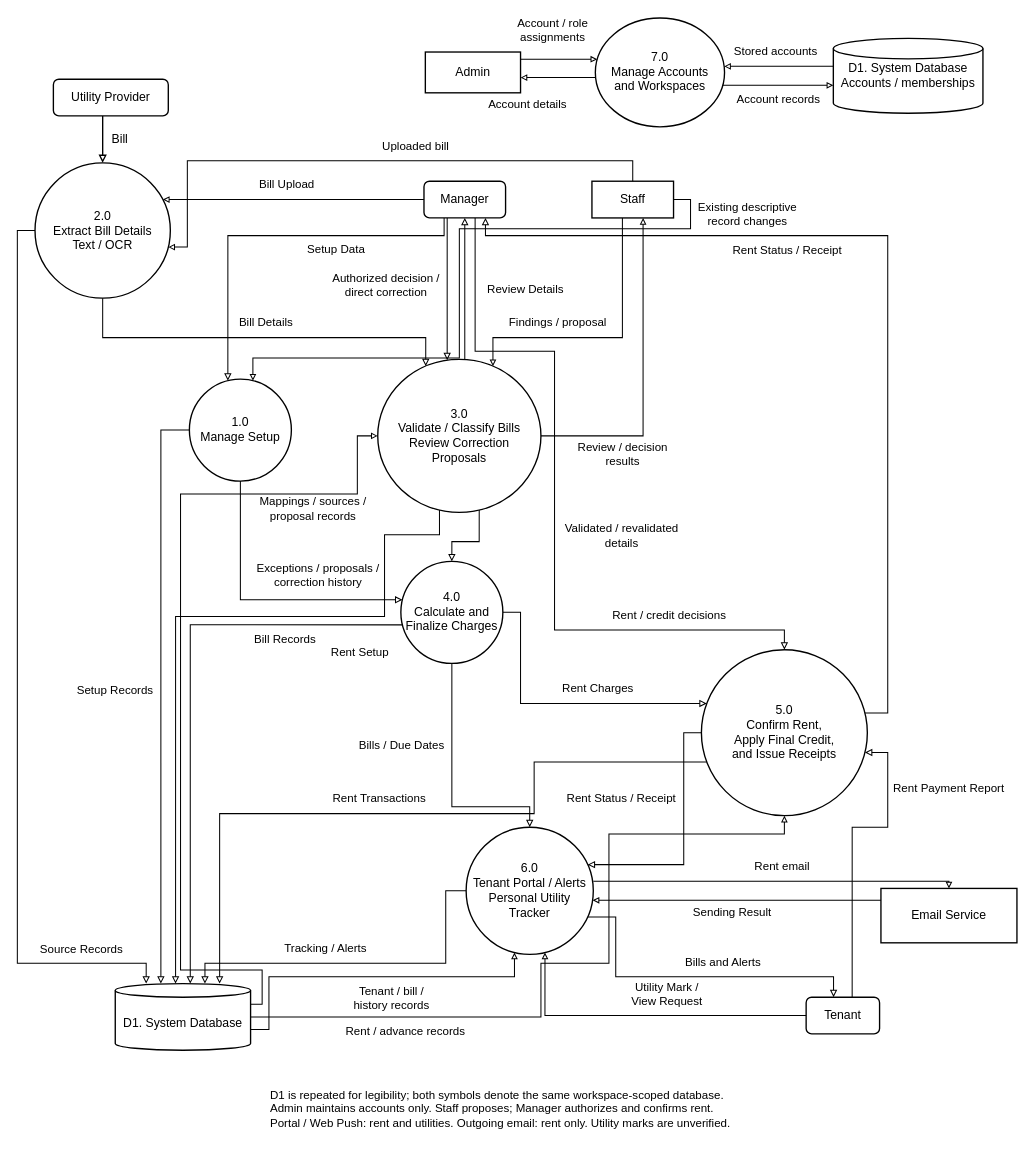
Above: SeCapstone/diagrams/2.3_FullBlown_DFD.drawio in estayanikhristianmaenard-a11y/Final_Intelligenet_Property_Management_System (draw.io), before the change. Source tidied: cells renumbered, new cells numbered last; positions are measured from the earlier drawing's top-left corner, leaving out a move shared by most shapes. Both pictures are drawn from the tidied source at 68%, with x=0, y=0 at pixel (17, 18).
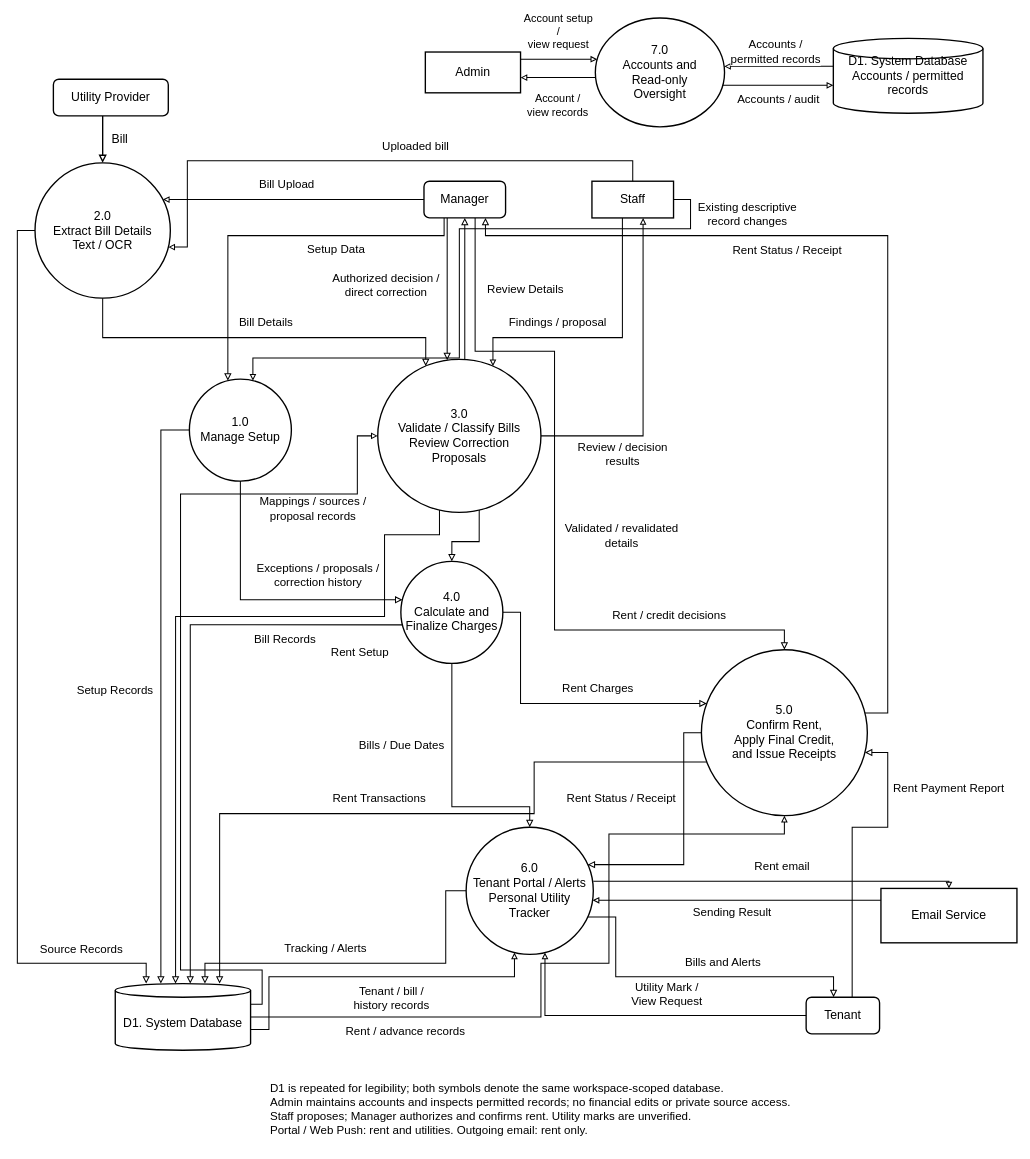
Above is the later version.

Unchanged cells that the change refers to:
```xml
<mxCell id="45" value="Admin" style="rounded=0;html=0;whiteSpace=wrap;fillColor=#ffffff;strokeColor=#000000;fontColor=#000000;fontFamily=Arial;fontSize=18;strokeWidth=2;spacing=8;" parent="1" vertex="1">
  <mxGeometry x="600" y="50" width="140" height="60" as="geometry" />
</mxCell>
```

Diff of the diagram source:
```diff
@@
-    <mxCell id="46" value="7.0&#10;Manage Accounts&#10;and Workspaces" style="rounded=0;html=0;whiteSpace=wrap;fillColor=#ffffff;strokeColor=#000000;fontColor=#000000;fontFamily=Arial;fontSize=18;strokeWidth=2;spacing=8;ellipse;" parent="1" vertex="1">
+    <mxCell id="46" value="7.0&#10;Accounts and&#10;Read-only&#10;Oversight" style="rounded=0;html=0;whiteSpace=wrap;fillColor=#ffffff;strokeColor=#000000;fontColor=#000000;fontFamily=Arial;fontSize=18;strokeWidth=2;spacing=8;ellipse;" parent="1" vertex="1">
       <mxGeometry x="850" width="190" height="160" as="geometry" />
     </mxCell>
-    <mxCell id="47" value="D1. System Database&#10;Accounts / memberships" style="rounded=0;html=0;whiteSpace=wrap;fillColor=#ffffff;strokeColor=#000000;fontColor=#000000;fontFamily=Arial;fontSize=18;strokeWidth=2;spacing=8;shape=cylinder3;size=15;" parent="1" vertex="1">
+    <mxCell id="47" value="D1. System Database&#10;Accounts / permitted records" style="rounded=0;html=0;whiteSpace=wrap;fillColor=#ffffff;strokeColor=#000000;fontColor=#000000;fontFamily=Arial;fontSize=18;strokeWidth=2;spacing=8;shape=cylinder3;size=15;" parent="1" vertex="1">
       <mxGeometry x="1200" y="30" width="220" height="110" as="geometry" />
     </mxCell>
-    <mxCell id="48" value="Account / role&#10;assignments" style="edgeStyle=none;rounded=0;html=0;endArrow=block;endFill=0;strokeColor=#000000;fontColor=#000000;fontFamily=Arial;fontSize=17;strokeWidth=1.5;labelBackgroundColor=#ffffff;exitX=1.0;exitY=0.3733333333333333;entryX=0.01492874992733397;entryY=0.3787321874818335;exitDx=0;exitDy=0;entryDx=0;entryDy=0;curved=0;whiteSpace=wrap;align=center;verticalAlign=middle;labelWidth=135;jumpStyle=none;exitPerimeter=0;entryPerimeter=0;exitX=1.0;exitY=0.1766191666182227;exitPerimeter=0;" parent="1" edge="1" source="45" target="46">
+    <mxCell id="48" value="Account setup /&#10;view request" style="edgeStyle=none;rounded=0;html=0;endArrow=block;endFill=0;strokeColor=#000000;fontColor=#000000;fontFamily=Arial;fontSize=16;strokeWidth=1.5;labelBackgroundColor=#ffffff;exitX=1.0;exitY=0.3733333333333333;entryX=0.01492874992733397;entryY=0.3787321874818335;exitDx=0;exitDy=0;entryDx=0;entryDy=0;curved=0;whiteSpace=wrap;align=center;verticalAlign=middle;labelWidth=100;jumpStyle=none;exitPerimeter=0;entryPerimeter=0;exitX=1.0;exitY=0.1766191666182227;exitPerimeter=0;" parent="1" edge="1" source="45" target="46">
       <mxGeometry relative="1" as="geometry">
-        <mxPoint x="-8.1" y="-41.5" as="offset" />
+        <mxPoint y="-41.5" as="offset" />
       </mxGeometry>
     </mxCell>
-    <mxCell id="49" value="Account details" style="edgeStyle=none;rounded=0;html=0;endArrow=block;endFill=0;strokeColor=#000000;fontColor=#000000;fontFamily=Arial;fontSize=17;strokeWidth=1.5;labelBackgroundColor=#ffffff;exitX=0.01492874992733397;exitY=0.6212678125181664;entryX=1.0;entryY=0.6266666666666666;exitDx=0;exitDy=0;entryDx=0;entryDy=0;curved=0;whiteSpace=wrap;align=center;verticalAlign=middle;labelWidth=143;jumpStyle=none;exitPerimeter=0;entryPerimeter=0;exitX=0.0022613637660823;exitY=0.5475;exitPerimeter=0;" parent="1" edge="1" source="46" target="45">
+    <mxCell id="49" value="Account /&#10;view records" style="edgeStyle=none;rounded=0;html=0;endArrow=block;endFill=0;strokeColor=#000000;fontColor=#000000;fontFamily=Arial;fontSize=16;strokeWidth=1.5;labelBackgroundColor=#ffffff;exitX=0.01492874992733397;exitY=0.6212678125181664;entryX=1.0;entryY=0.6266666666666666;exitDx=0;exitDy=0;entryDx=0;entryDy=0;curved=0;whiteSpace=wrap;align=center;verticalAlign=middle;labelWidth=100;jumpStyle=none;exitPerimeter=0;entryPerimeter=0;exitX=0.0022613637660823;exitY=0.5475;exitPerimeter=0;" parent="1" edge="1" source="46" target="45">
       <mxGeometry relative="1" as="geometry">
-        <mxPoint x="-45.1" y="40.6" as="offset" />
+        <mxPoint y="40.6" as="offset" />
       </mxGeometry>
     </mxCell>
-    <mxCell id="50" value="Account records" style="edgeStyle=none;rounded=0;html=0;endArrow=block;endFill=0;strokeColor=#000000;fontColor=#000000;fontFamily=Arial;fontSize=17;strokeWidth=1.5;labelBackgroundColor=#ffffff;exitX=0.9850712500726654;exitY=0.6212678125181664;entryX=0.0;entryY=0.6266666666666667;exitDx=0;exitDy=0;entryDx=0;entryDy=0;curved=0;whiteSpace=wrap;align=center;verticalAlign=middle;labelWidth=143;jumpStyle=none;exitPerimeter=0;entryPerimeter=0;exitX=0.9858005273193409;exitY=0.6183125;exitPerimeter=0;" parent="1" edge="1" source="46" target="47">
+    <mxCell id="50" value="Accounts / audit" style="edgeStyle=none;rounded=0;html=0;endArrow=block;endFill=0;strokeColor=#000000;fontColor=#000000;fontFamily=Arial;fontSize=17;strokeWidth=1.5;labelBackgroundColor=#ffffff;exitX=0.9850712500726654;exitY=0.6212678125181664;entryX=0.0;entryY=0.6266666666666667;exitDx=0;exitDy=0;entryDx=0;entryDy=0;curved=0;whiteSpace=wrap;align=center;verticalAlign=middle;labelWidth=143;jumpStyle=none;exitPerimeter=0;entryPerimeter=0;exitX=0.9858005273193409;exitY=0.6183125;exitPerimeter=0;" parent="1" edge="1" source="46" target="47">
       <mxGeometry relative="1" as="geometry">
         <mxPoint x="1.1" y="21" as="offset" />
       </mxGeometry>
     </mxCell>
-    <mxCell id="51" value="Stored accounts" style="edgeStyle=none;rounded=0;html=0;endArrow=block;endFill=0;strokeColor=#000000;fontColor=#000000;fontFamily=Arial;fontSize=17;strokeWidth=1.5;labelBackgroundColor=#ffffff;exitX=0.0;exitY=0.3733333333333333;entryX=0.9850712500726654;entryY=0.3787321874818335;exitDx=0;exitDy=0;entryDx=0;entryDy=0;curved=0;whiteSpace=wrap;align=center;verticalAlign=middle;labelWidth=143;jumpStyle=none;exitPerimeter=0;entryPerimeter=0;entryX=0.9968728598835815;entryY=0.44416666666666665;entryPerimeter=0;" parent="1" edge="1" source="47" target="46">
+    <mxCell id="51" value="Accounts /&#10;permitted records" style="edgeStyle=none;rounded=0;html=0;endArrow=block;endFill=0;strokeColor=#000000;fontColor=#000000;fontFamily=Arial;fontSize=17;strokeWidth=1.5;labelBackgroundColor=#ffffff;exitX=0.0;exitY=0.3733333333333333;entryX=0.9850712500726654;entryY=0.3787321874818335;exitDx=0;exitDy=0;entryDx=0;entryDy=0;curved=0;whiteSpace=wrap;align=center;verticalAlign=middle;labelWidth=143;jumpStyle=none;exitPerimeter=0;entryPerimeter=0;entryX=0.9968728598835815;entryY=0.44416666666666665;entryPerimeter=0;" parent="1" edge="1" source="47" target="46">
       <mxGeometry relative="1" as="geometry">
         <mxPoint x="-4.1" y="-21" as="offset" />
       </mxGeometry>
     </mxCell>
-    <mxCell id="52" value="D1 is repeated for legibility; both symbols denote the same workspace-scoped database.&#10;Admin maintains accounts only. Staff proposes; Manager authorizes and confirms rent.&#10;Portal / Web Push: rent and utilities. Outgoing email: rent only. Utility marks are unverified." style="text;html=0;whiteSpace=wrap;strokeColor=none;fillColor=none;fontColor=#000000;fontFamily=Arial;fontSize=17;align=left;verticalAlign=middle;" parent="1" vertex="1">
+    <mxCell id="52" value="D1 is repeated for legibility; both symbols denote the same workspace-scoped database.&#10;Admin maintains accounts and inspects permitted records; no financial edits or private source access.&#10;Staff proposes; Manager authorizes and confirms rent. Utility marks are unverified.&#10;Portal / Web Push: rent and utilities. Outgoing email: rent only." style="text;html=0;whiteSpace=wrap;strokeColor=none;fillColor=none;fontColor=#000000;fontFamily=Arial;fontSize=17;align=left;verticalAlign=middle;" parent="1" vertex="1">
       <mxGeometry x="370" y="1550" width="1080" height="110" as="geometry" />
     </mxCell>
```
